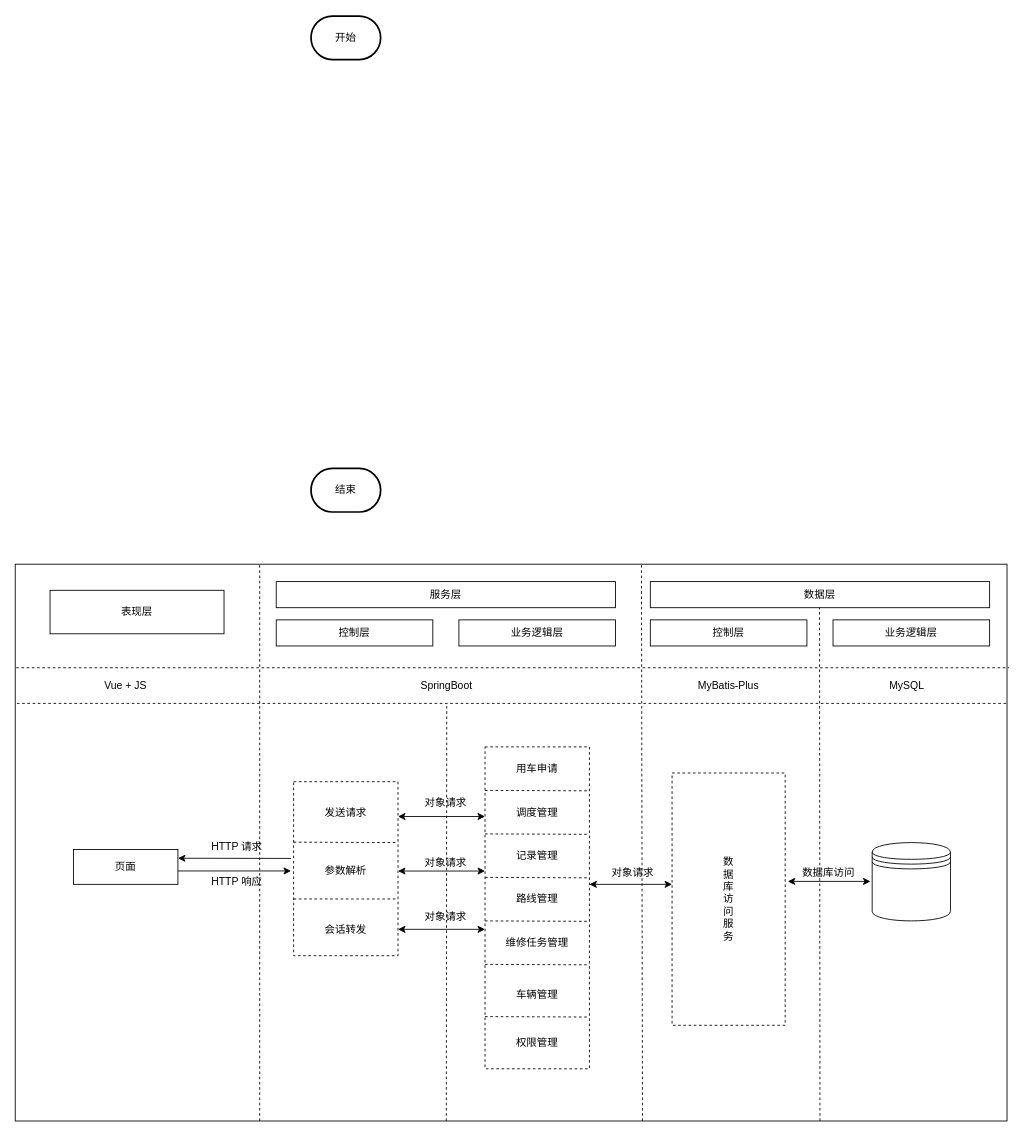
Before: 未命名绘图.drawio in Fleurxxx/vehicle-dispatch-figures, a draw.io diagram. Source tidied: cells renumbered, new cells numbered last; positions are measured from the earlier drawing's top-left corner, leaving out a move shared by most shapes. Both pictures are drawn from the tidied source at 87%, with x=0, y=0 at pixel (15, 16).
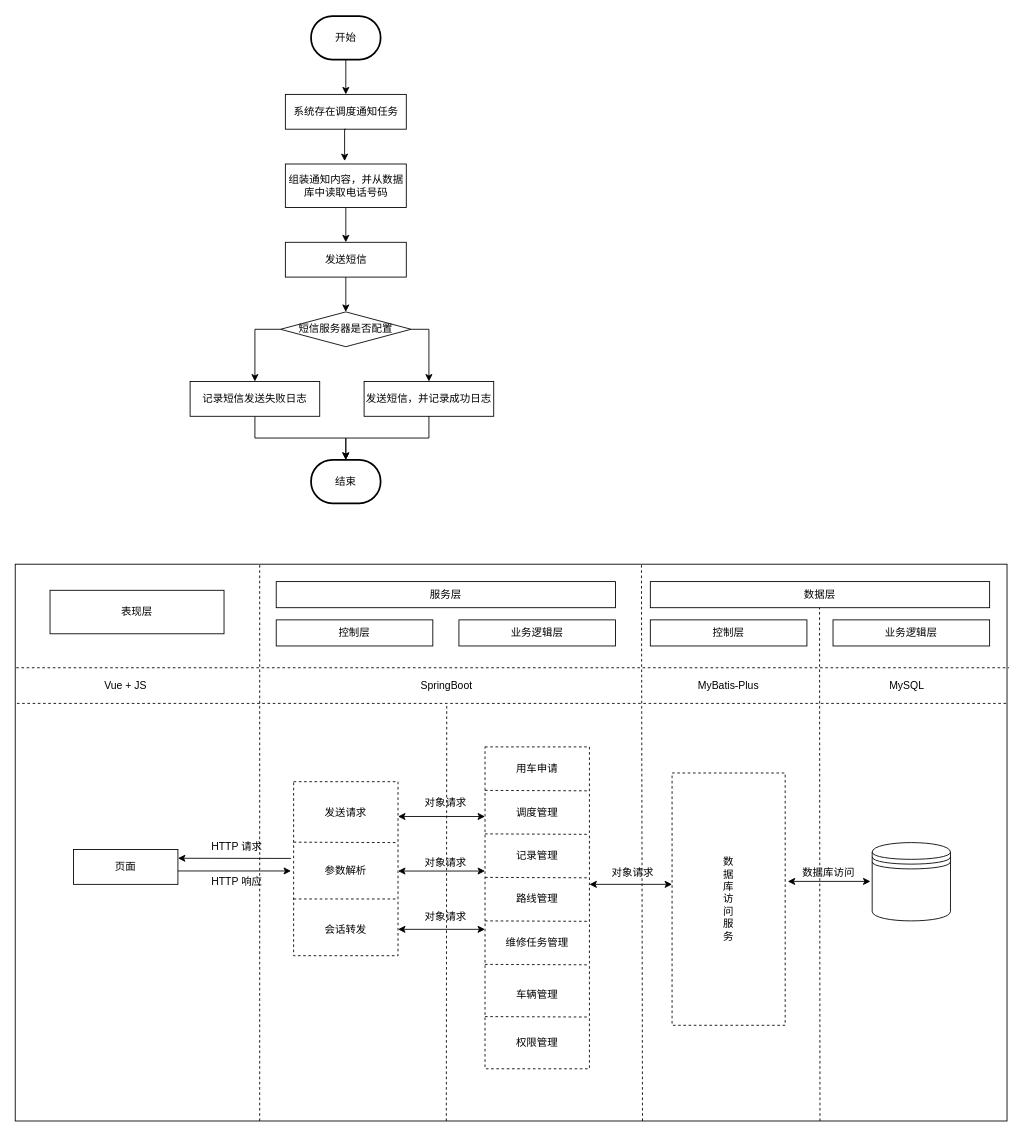
The same diagram, later.

Commit message:
更新未命名绘图.drawio

Unchanged cells that the change refers to:
```xml
<mxCell id="3" value="开始" style="strokeWidth=2;html=1;shape=mxgraph.flowchart.terminator;whiteSpace=wrap;" parent="1" vertex="1">
  <mxGeometry x="340" width="80" height="50" as="geometry" />
</mxCell>
```

The edit, as a diff of the source:
```diff
@@
+    <mxCell id="59" style="edgeStyle=orthogonalEdgeStyle;rounded=0;jettySize=auto;html=1;exitX=0.5;exitY=1;exitDx=0;exitDy=0;exitPerimeter=0;entryX=0.5;entryY=0;entryDx=0;entryDy=0;" parent="1" edge="1" source="3" target="60">
+      <mxGeometry relative="1" as="geometry" />
+    </mxCell>
@@
     <mxCell id="4" value="结束" style="strokeWidth=2;html=1;shape=mxgraph.flowchart.terminator;whiteSpace=wrap;" parent="1" vertex="1">
-      <mxGeometry x="340" y="520" width="80" height="50" as="geometry" />
+      <mxGeometry x="340" y="510" width="80" height="50" as="geometry" />
     </mxCell>
@@
+    <mxCell id="60" value="系统存在调度通知任务" style="rounded=0;whiteSpace=wrap;html=1;" parent="1" vertex="1">
+      <mxGeometry x="310.5" y="90" width="139" height="40" as="geometry" />
+    </mxCell>
+    <mxCell id="61" style="edgeStyle=orthogonalEdgeStyle;rounded=0;jettySize=auto;html=1;exitX=0.5;exitY=1;exitDx=0;exitDy=0;entryX=0.5;entryY=0;entryDx=0;entryDy=0;" parent="1" edge="1" source="62" target="64">
+      <mxGeometry relative="1" as="geometry" />
+    </mxCell>
+    <mxCell id="62" value="组装通知内容，并从数据库中读取电话号码" style="rounded=0;whiteSpace=wrap;html=1;" parent="1" vertex="1">
+      <mxGeometry x="310.5" y="170" width="139" height="50" as="geometry" />
+    </mxCell>
+    <mxCell id="63" style="edgeStyle=orthogonalEdgeStyle;rounded=0;jettySize=auto;html=1;exitX=0.5;exitY=1;exitDx=0;exitDy=0;entryX=0.5;entryY=0;entryDx=0;entryDy=0;" parent="1" edge="1" source="64" target="66">
+      <mxGeometry relative="1" as="geometry" />
+    </mxCell>
+    <mxCell id="64" value="发送短信" style="rounded=0;whiteSpace=wrap;html=1;" parent="1" vertex="1">
+      <mxGeometry x="310.5" y="260" width="139" height="40" as="geometry" />
+    </mxCell>
+    <mxCell id="65" style="edgeStyle=orthogonalEdgeStyle;rounded=0;jettySize=auto;html=1;exitX=1;exitY=0.5;exitDx=0;exitDy=0;entryX=0.5;entryY=0;entryDx=0;entryDy=0;" parent="1" edge="1" source="66" target="69">
+      <mxGeometry relative="1" as="geometry" />
+    </mxCell>
+    <mxCell id="66" value="短信服务器是否配置" style="rhombus;whiteSpace=wrap;html=1;" parent="1" vertex="1">
+      <mxGeometry x="305" y="340" width="150" height="40" as="geometry" />
+    </mxCell>
+    <mxCell id="67" style="edgeStyle=orthogonalEdgeStyle;rounded=0;jettySize=auto;html=1;exitX=0.5;exitY=1;exitDx=0;exitDy=0;" parent="1" edge="1" source="68" target="4">
+      <mxGeometry relative="1" as="geometry" />
+    </mxCell>
+    <mxCell id="68" value="记录短信发送失败日志" style="rounded=0;whiteSpace=wrap;html=1;" parent="1" vertex="1">
+      <mxGeometry x="201" y="420" width="149" height="40" as="geometry" />
+    </mxCell>
+    <mxCell id="69" value="发送短信，并记录成功日志" style="rounded=0;whiteSpace=wrap;html=1;" parent="1" vertex="1">
+      <mxGeometry x="401" y="420" width="149" height="40" as="geometry" />
+    </mxCell>
+    <mxCell id="70" style="edgeStyle=orthogonalEdgeStyle;rounded=0;jettySize=auto;html=1;exitX=0.5;exitY=1;exitDx=0;exitDy=0;entryX=0.49;entryY=-0.068;entryDx=0;entryDy=0;entryPerimeter=0;" parent="1" edge="1" source="60" target="62">
+      <mxGeometry relative="1" as="geometry" />
+    </mxCell>
+    <mxCell id="71" style="edgeStyle=orthogonalEdgeStyle;rounded=0;jettySize=auto;html=1;exitX=0;exitY=0.5;exitDx=0;exitDy=0;entryX=0.5;entryY=0;entryDx=0;entryDy=0;" parent="1" edge="1" source="66" target="68">
+      <mxGeometry relative="1" as="geometry" />
+    </mxCell>
+    <mxCell id="72" style="edgeStyle=orthogonalEdgeStyle;rounded=0;jettySize=auto;html=1;exitX=0.5;exitY=1;exitDx=0;exitDy=0;entryX=0.5;entryY=0;entryDx=0;entryDy=0;entryPerimeter=0;" parent="1" edge="1" source="69" target="4">
+      <mxGeometry relative="1" as="geometry" />
+    </mxCell>
```
